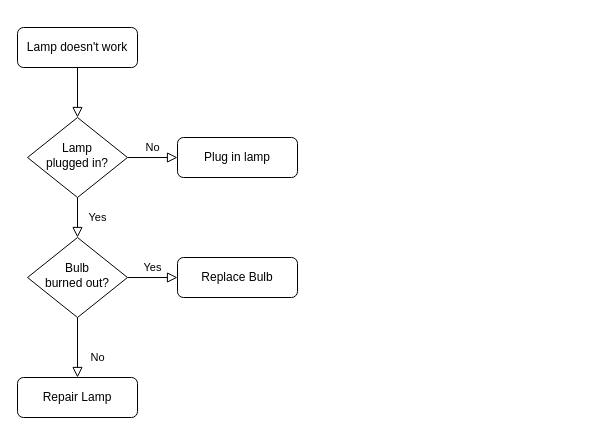
Above: yasashii_shiitsu.drawio in 2024-yju-capston-team3/.github (draw.io), before the change. Source tidied: cells renumbered, new cells numbered last; positions are measured from the earlier drawing's top-left corner, leaving out a move shared by most shapes. Both pictures are drawn from the tidied source at 100%, with x=0, y=0 at pixel (17, 27).
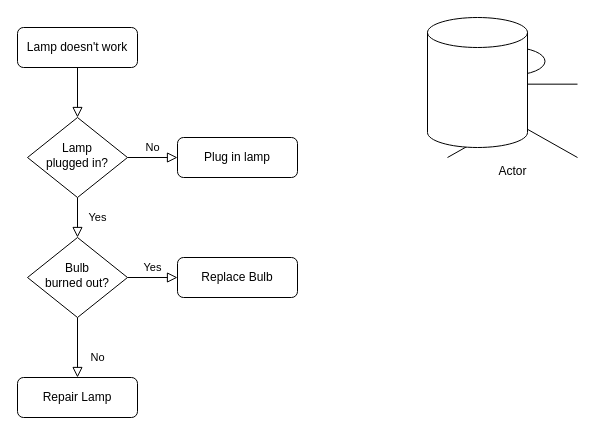
Above is the later version.

The edit, as a diff of the source:
```diff
@@
 <mxGraphModel>
   <root>
     <mxCell id="0" />
     <mxCell id="1" parent="0" />
     <mxCell id="2" style="rounded=0;html=1;jettySize=auto;fontSize=11;endArrow=block;endFill=0;endSize=8;strokeWidth=1;shadow=0;labelBackgroundColor=none;edgeStyle=orthogonalEdgeStyle;" parent="1" edge="1" source="3" target="6">
       <mxGeometry relative="1" as="geometry" />
     </mxCell>
     <mxCell id="3" value="Lamp doesn't work" style="rounded=1;whiteSpace=wrap;html=1;fontSize=12;glass=0;strokeWidth=1;shadow=0;" parent="1" vertex="1">
       <mxGeometry width="120" height="40" as="geometry" />
     </mxCell>
     <mxCell id="4" value="Yes" style="rounded=0;html=1;jettySize=auto;fontSize=11;endArrow=block;endFill=0;endSize=8;strokeWidth=1;shadow=0;labelBackgroundColor=none;edgeStyle=orthogonalEdgeStyle;" parent="1" edge="1" source="6" target="10">
       <mxGeometry y="20" relative="1" as="geometry" />
     </mxCell>
     <mxCell id="5" value="No" style="edgeStyle=orthogonalEdgeStyle;rounded=0;html=1;jettySize=auto;fontSize=11;endArrow=block;endFill=0;endSize=8;strokeWidth=1;shadow=0;labelBackgroundColor=none;" parent="1" edge="1" source="6" target="7">
       <mxGeometry y="10" relative="1" as="geometry" />
     </mxCell>
     <mxCell id="6" value="Lamp&lt;br&gt;plugged in?" style="rhombus;whiteSpace=wrap;html=1;shadow=0;fontFamily=Helvetica;fontSize=12;align=center;strokeWidth=1;spacing=6;spacingTop=-4;" parent="1" vertex="1">
       <mxGeometry x="10" y="90" width="100" height="80" as="geometry" />
     </mxCell>
     <mxCell id="7" value="Plug in lamp" style="rounded=1;whiteSpace=wrap;html=1;fontSize=12;glass=0;strokeWidth=1;shadow=0;" parent="1" vertex="1">
       <mxGeometry x="160" y="110" width="120" height="40" as="geometry" />
     </mxCell>
     <mxCell id="8" value="No" style="rounded=0;html=1;jettySize=auto;fontSize=11;endArrow=block;endFill=0;endSize=8;strokeWidth=1;shadow=0;labelBackgroundColor=none;edgeStyle=orthogonalEdgeStyle;" parent="1" edge="1" source="10" target="11">
       <mxGeometry x="0.33" y="20" relative="1" as="geometry" />
     </mxCell>
     <mxCell id="9" value="Yes" style="edgeStyle=orthogonalEdgeStyle;rounded=0;html=1;jettySize=auto;fontSize=11;endArrow=block;endFill=0;endSize=8;strokeWidth=1;shadow=0;labelBackgroundColor=none;" parent="1" edge="1" source="10" target="12">
       <mxGeometry y="10" relative="1" as="geometry" />
     </mxCell>
     <mxCell id="10" value="Bulb&lt;br&gt;burned out?" style="rhombus;whiteSpace=wrap;html=1;shadow=0;fontFamily=Helvetica;fontSize=12;align=center;strokeWidth=1;spacing=6;spacingTop=-4;" parent="1" vertex="1">
       <mxGeometry x="10" y="210" width="100" height="80" as="geometry" />
     </mxCell>
     <mxCell id="11" value="Repair Lamp" style="rounded=1;whiteSpace=wrap;html=1;fontSize=12;glass=0;strokeWidth=1;shadow=0;" parent="1" vertex="1">
       <mxGeometry y="350" width="120" height="40" as="geometry" />
     </mxCell>
     <mxCell id="12" value="Replace Bulb" style="rounded=1;whiteSpace=wrap;html=1;fontSize=12;glass=0;strokeWidth=1;shadow=0;" parent="1" vertex="1">
       <mxGeometry x="160" y="230" width="120" height="40" as="geometry" />
     </mxCell>
+    <mxCell id="13" value="Actor" style="shape=umlActor;verticalLabelPosition=bottom;verticalAlign=top;html=1;" parent="1" vertex="1">
+      <mxGeometry x="430" y="20" width="130" height="110" as="geometry" />
+    </mxCell>
+    <mxCell id="14" style="shape=cylinder3;whiteSpace=wrap;html=1;boundedLbl=1;backgroundOutline=1;size=15;" parent="1" vertex="1">
+      <mxGeometry x="410" y="-10" width="100" height="130" as="geometry" />
+    </mxCell>
   </root>
 </mxGraphModel>
```
